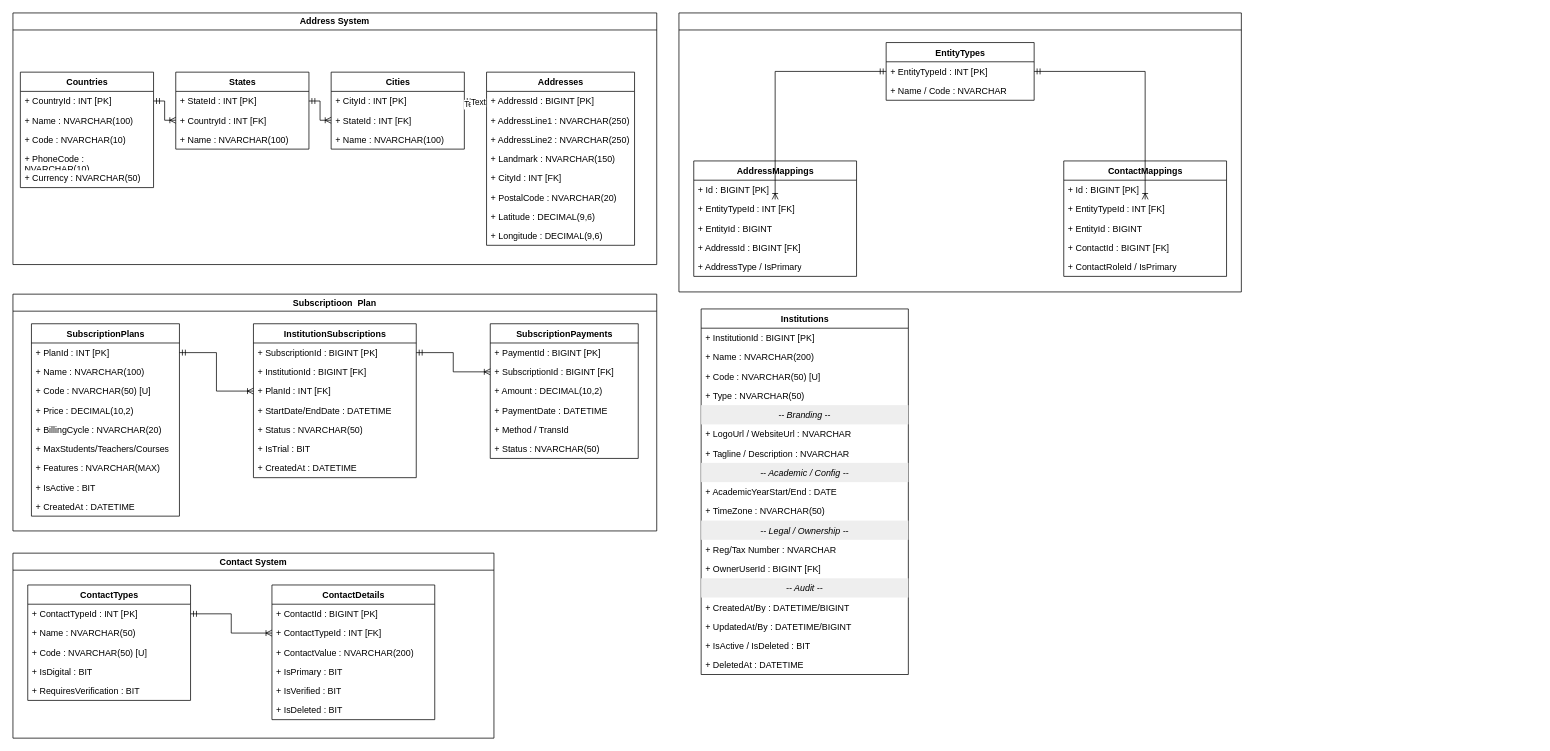
Earlier version of the draw.io diagram Codenexa EduCore.drawio (parthao/DataBaseFiles). Source tidied: cells renumbered, new cells numbered last; positions are measured from the earlier drawing's top-left corner, leaving out a move shared by most shapes. Both pictures are drawn from the tidied source at 74%, with x=0, y=0 at pixel (13, 13).
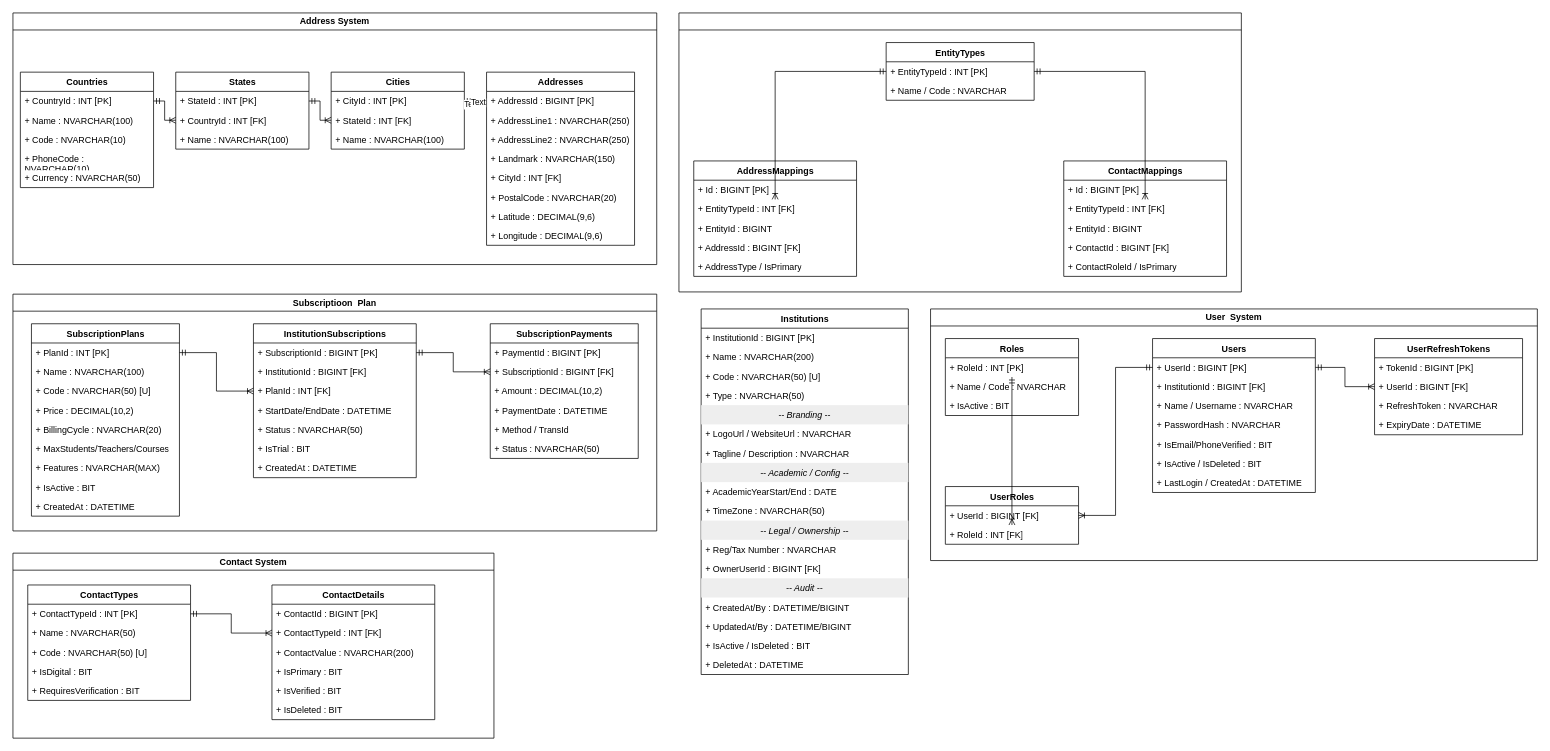
The same page after the edit.

Commit message:
user table

Diff of the diagram source:
```diff
@@
+    <mxCell id="111" value="User&amp;nbsp; System" style="swimlane;whiteSpace=wrap;html=1;" parent="1" vertex="1">
+      <mxGeometry x="1240" y="400" width="820" height="340" as="geometry" />
+    </mxCell>
+    <mxCell id="112" value="Roles" style="swimlane;fontStyle=1;align=center;verticalAlign=top;horizontal=1;startSize=26;resizeLastChild=0;html=1;" parent="111" vertex="1">
+      <mxGeometry x="20" y="40" width="180" height="104" as="geometry" />
+    </mxCell>
+    <mxCell id="113" value="+ RoleId : INT [PK]" style="text;strokeColor=none;fillColor=none;align=left;verticalAlign=top;spacingLeft=4;spacingRight=4;overflow=hidden;points=[[0,0.5],[1,0.5]];portConstraint=eastwest;whiteSpace=wrap;html=1;" parent="112" vertex="1">
+      <mxGeometry y="26" width="180" height="26" as="geometry" />
+    </mxCell>
+    <mxCell id="114" value="+ Name / Code : NVARCHAR" style="text;strokeColor=none;fillColor=none;align=left;verticalAlign=top;spacingLeft=4;spacingRight=4;overflow=hidden;whiteSpace=wrap;html=1;" parent="112" vertex="1">
+      <mxGeometry y="52" width="180" height="26" as="geometry" />
+    </mxCell>
+    <mxCell id="115" value="+ IsActive : BIT" style="text;strokeColor=none;fillColor=none;align=left;verticalAlign=top;spacingLeft=4;spacingRight=4;overflow=hidden;whiteSpace=wrap;html=1;" parent="112" vertex="1">
+      <mxGeometry y="78" width="180" height="26" as="geometry" />
+    </mxCell>
+    <mxCell id="116" value="Users" style="swimlane;fontStyle=1;align=center;verticalAlign=top;horizontal=1;startSize=26;resizeLastChild=0;html=1;" parent="111" vertex="1">
+      <mxGeometry x="300" y="40" width="220" height="208" as="geometry" />
+    </mxCell>
+    <mxCell id="117" value="+ UserId : BIGINT [PK]" style="text;strokeColor=none;fillColor=none;align=left;verticalAlign=top;spacingLeft=4;spacingRight=4;overflow=hidden;points=[[0,0.5],[1,0.5]];portConstraint=eastwest;whiteSpace=wrap;html=1;" parent="116" vertex="1">
+      <mxGeometry y="26" width="220" height="26" as="geometry" />
+    </mxCell>
+    <mxCell id="118" value="+ InstitutionId : BIGINT [FK]" style="text;strokeColor=none;fillColor=none;align=left;verticalAlign=top;spacingLeft=4;spacingRight=4;overflow=hidden;whiteSpace=wrap;html=1;" parent="116" vertex="1">
+      <mxGeometry y="52" width="220" height="26" as="geometry" />
+    </mxCell>
+    <mxCell id="119" value="+ Name / Username : NVARCHAR" style="text;strokeColor=none;fillColor=none;align=left;verticalAlign=top;spacingLeft=4;spacingRight=4;overflow=hidden;whiteSpace=wrap;html=1;" parent="116" vertex="1">
+      <mxGeometry y="78" width="220" height="26" as="geometry" />
+    </mxCell>
+    <mxCell id="120" value="+ PasswordHash : NVARCHAR" style="text;strokeColor=none;fillColor=none;align=left;verticalAlign=top;spacingLeft=4;spacingRight=4;overflow=hidden;whiteSpace=wrap;html=1;" parent="116" vertex="1">
+      <mxGeometry y="104" width="220" height="26" as="geometry" />
+    </mxCell>
+    <mxCell id="121" value="+ IsEmail/PhoneVerified : BIT" style="text;strokeColor=none;fillColor=none;align=left;verticalAlign=top;spacingLeft=4;spacingRight=4;overflow=hidden;whiteSpace=wrap;html=1;" parent="116" vertex="1">
+      <mxGeometry y="130" width="220" height="26" as="geometry" />
+    </mxCell>
+    <mxCell id="122" value="+ IsActive / IsDeleted : BIT" style="text;strokeColor=none;fillColor=none;align=left;verticalAlign=top;spacingLeft=4;spacingRight=4;overflow=hidden;whiteSpace=wrap;html=1;" parent="116" vertex="1">
+      <mxGeometry y="156" width="220" height="26" as="geometry" />
+    </mxCell>
+    <mxCell id="123" value="+ LastLogin / CreatedAt : DATETIME" style="text;strokeColor=none;fillColor=none;align=left;verticalAlign=top;spacingLeft=4;spacingRight=4;overflow=hidden;whiteSpace=wrap;html=1;" parent="116" vertex="1">
+      <mxGeometry y="182" width="220" height="26" as="geometry" />
+    </mxCell>
+    <mxCell id="124" value="UserRoles" style="swimlane;fontStyle=1;align=center;verticalAlign=top;horizontal=1;startSize=26;resizeLastChild=0;html=1;" parent="111" vertex="1">
+      <mxGeometry x="20" y="240" width="180" height="78" as="geometry" />
+    </mxCell>
+    <mxCell id="125" value="+ UserId : BIGINT [FK]" style="text;strokeColor=none;fillColor=none;align=left;verticalAlign=top;spacingLeft=4;spacingRight=4;overflow=hidden;points=[[0,0.5],[1,0.5]];portConstraint=eastwest;whiteSpace=wrap;html=1;" parent="124" vertex="1">
+      <mxGeometry y="26" width="180" height="26" as="geometry" />
+    </mxCell>
+    <mxCell id="126" value="+ RoleId : INT [FK]" style="text;strokeColor=none;fillColor=none;align=left;verticalAlign=top;spacingLeft=4;spacingRight=4;overflow=hidden;points=[[0,0.5],[1,0.5]];portConstraint=eastwest;whiteSpace=wrap;html=1;" parent="124" vertex="1">
+      <mxGeometry y="52" width="180" height="26" as="geometry" />
+    </mxCell>
+    <mxCell id="127" value="UserRefreshTokens" style="swimlane;fontStyle=1;align=center;verticalAlign=top;horizontal=1;startSize=26;resizeLastChild=0;html=1;" parent="111" vertex="1">
+      <mxGeometry x="600" y="40" width="200" height="130" as="geometry" />
+    </mxCell>
+    <mxCell id="128" value="+ TokenId : BIGINT [PK]" style="text;strokeColor=none;fillColor=none;align=left;verticalAlign=top;spacingLeft=4;spacingRight=4;overflow=hidden;whiteSpace=wrap;html=1;" parent="127" vertex="1">
+      <mxGeometry y="26" width="200" height="26" as="geometry" />
+    </mxCell>
+    <mxCell id="129" value="+ UserId : BIGINT [FK]" style="text;strokeColor=none;fillColor=none;align=left;verticalAlign=top;spacingLeft=4;spacingRight=4;overflow=hidden;points=[[0,0.5],[1,0.5]];portConstraint=eastwest;whiteSpace=wrap;html=1;" parent="127" vertex="1">
+      <mxGeometry y="52" width="200" height="26" as="geometry" />
+    </mxCell>
+    <mxCell id="130" value="+ RefreshToken : NVARCHAR" style="text;strokeColor=none;fillColor=none;align=left;verticalAlign=top;spacingLeft=4;spacingRight=4;overflow=hidden;whiteSpace=wrap;html=1;" parent="127" vertex="1">
+      <mxGeometry y="78" width="200" height="26" as="geometry" />
+    </mxCell>
+    <mxCell id="131" value="+ ExpiryDate : DATETIME" style="text;strokeColor=none;fillColor=none;align=left;verticalAlign=top;spacingLeft=4;spacingRight=4;overflow=hidden;whiteSpace=wrap;html=1;" parent="127" vertex="1">
+      <mxGeometry y="104" width="200" height="26" as="geometry" />
+    </mxCell>
+    <mxCell id="132" style="edgeStyle=orthogonalEdgeStyle;fontSize=12;html=1;endArrow=ERoneToMany;startArrow=ERmandOne;rounded=0;exitX=0;exitY=0.5;exitDx=0;exitDy=0;entryX=1;entryY=0.5;entryDx=0;entryDy=0;" parent="111" edge="1" source="117" target="125">
+      <mxGeometry relative="1" as="geometry" />
+    </mxCell>
+    <mxCell id="133" style="edgeStyle=orthogonalEdgeStyle;fontSize=12;html=1;endArrow=ERoneToMany;startArrow=ERmandOne;rounded=0;exitX=0.5;exitY=1;exitDx=0;exitDy=0;entryX=0.5;entryY=0;entryDx=0;entryDy=0;" parent="111" edge="1" source="113" target="126">
+      <mxGeometry relative="1" as="geometry" />
+    </mxCell>
+    <mxCell id="134" style="edgeStyle=orthogonalEdgeStyle;fontSize=12;html=1;endArrow=ERoneToMany;startArrow=ERmandOne;rounded=0;exitX=1;exitY=0.5;exitDx=0;exitDy=0;entryX=0;entryY=0.5;entryDx=0;entryDy=0;" parent="111" edge="1" source="117" target="129">
+      <mxGeometry relative="1" as="geometry" />
+    </mxCell>
```
